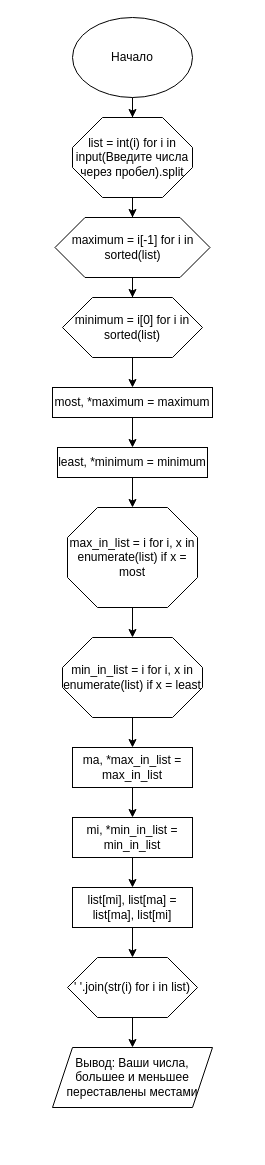
Before: Task_3.drawio in Chromatograp/Lesson-3-Algorithms, a draw.io diagram. Source tidied: cells renumbered, new cells numbered last; positions are measured from the earlier drawing's top-left corner, leaving out a move shared by most shapes. Both pictures are drawn from the tidied source at 100%, with x=0, y=0 at pixel (52, 17).
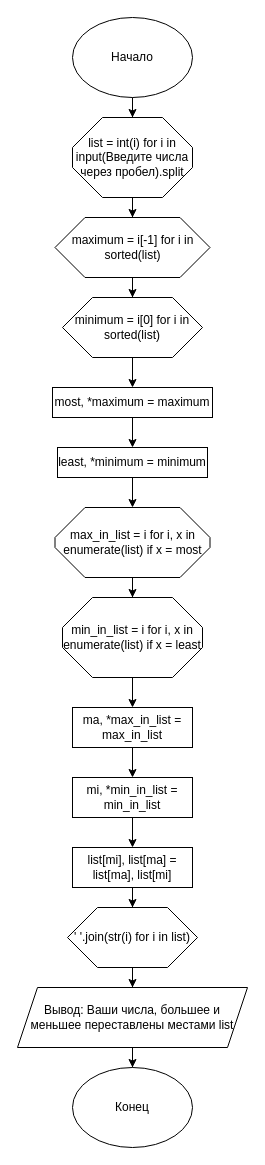
The same page after the edit.

Diff of the diagram source:
```diff
@@
     <mxCell id="15" value="max_in_list = i for i, x in enumerate(list) if x = most" style="whiteSpace=wrap;html=1;shape=mxgraph.basic.octagon2;align=center;verticalAlign=middle;dx=15;" parent="1" vertex="1">
-      <mxGeometry x="15" y="490" width="130" height="100" as="geometry" />
+      <mxGeometry x="2.5" y="490" width="155" height="70" as="geometry" />
     </mxCell>
@@
     <mxCell id="17" value="min_in_list = i for i, x in enumerate(list) if x = least" style="whiteSpace=wrap;html=1;shape=mxgraph.basic.octagon2;align=center;verticalAlign=middle;dx=15;" parent="1" vertex="1">
-      <mxGeometry x="10" y="620" width="140" height="80" as="geometry" />
+      <mxGeometry x="10" y="580" width="140" height="80" as="geometry" />
     </mxCell>
@@
     <mxCell id="19" value="ma, *max_in_list = max_in_list" style="rounded=0;whiteSpace=wrap;html=1;" parent="1" vertex="1">
-      <mxGeometry x="20" y="730" width="120" height="40" as="geometry" />
+      <mxGeometry x="20" y="690" width="120" height="40" as="geometry" />
     </mxCell>
@@
     <mxCell id="21" value="mi, *min_in_list = min_in_list" style="rounded=0;whiteSpace=wrap;html=1;" parent="1" vertex="1">
-      <mxGeometry x="20" y="800" width="120" height="40" as="geometry" />
+      <mxGeometry x="20" y="760" width="120" height="40" as="geometry" />
     </mxCell>
@@
     <mxCell id="23" value="list[mi], list[ma] = list[ma], list[mi]" style="rounded=0;whiteSpace=wrap;html=1;" parent="1" vertex="1">
-      <mxGeometry x="20" y="870" width="120" height="40" as="geometry" />
+      <mxGeometry x="20" y="830" width="120" height="40" as="geometry" />
     </mxCell>
@@
     <mxCell id="25" value="' '.join(str(i) for i in list)" style="whiteSpace=wrap;html=1;shape=mxgraph.basic.octagon2;align=center;verticalAlign=middle;dx=15;" parent="1" vertex="1">
-      <mxGeometry x="15" y="940" width="130" height="60" as="geometry" />
+      <mxGeometry x="15" y="890" width="130" height="60" as="geometry" />
     </mxCell>
+    <mxCell id="27" style="edgeStyle=orthogonalEdgeStyle;rounded=0;jettySize=auto;html=1;entryX=0.5;entryY=0;entryDx=0;entryDy=0;" parent="1" edge="1" source="26" target="28">
+      <mxGeometry relative="1" as="geometry" />
+    </mxCell>
-    <mxCell id="26" value="Вывод: Ваши числа, большее и меньшее переставлены местами" style="shape=parallelogram;perimeter=parallelogramPerimeter;whiteSpace=wrap;html=1;fixedSize=1;" parent="1" vertex="1">
-      <mxGeometry y="1030" width="160" height="60" as="geometry" />
+    <mxCell id="26" value="Вывод: Ваши числа, большее и меньшее переставлены местами list" style="shape=parallelogram;perimeter=parallelogramPerimeter;whiteSpace=wrap;html=1;fixedSize=1;" parent="1" vertex="1">
+      <mxGeometry x="-35" y="970" width="230" height="60" as="geometry" />
     </mxCell>
+    <mxCell id="28" value="Конец" style="ellipse;whiteSpace=wrap;html=1;" parent="1" vertex="1">
+      <mxGeometry x="20" y="1050" width="120" height="80" as="geometry" />
+    </mxCell>
```
